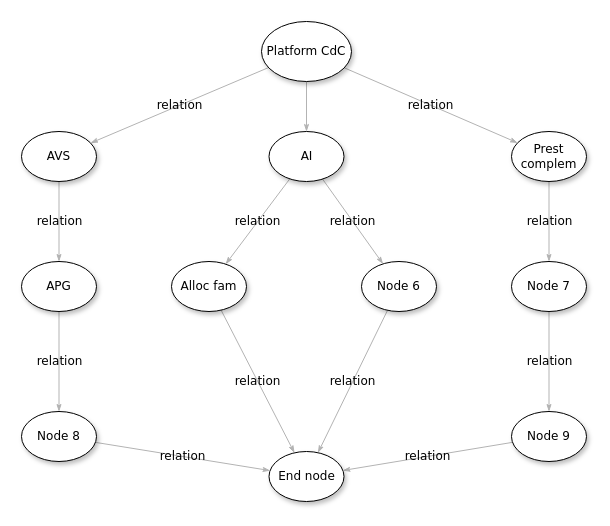
Before: page "LandscapeAssurances" (1 of 2) of CdC-context.drawio in Helena-Zuk/github-slideshow, a draw.io diagram. Source tidied: cells renumbered, new cells numbered last; positions are measured from the earlier drawing's top-left corner, leaving out a move shared by most shapes. Both pictures are drawn from the tidied source at 100%, with x=0, y=0 at pixel (21, 21).
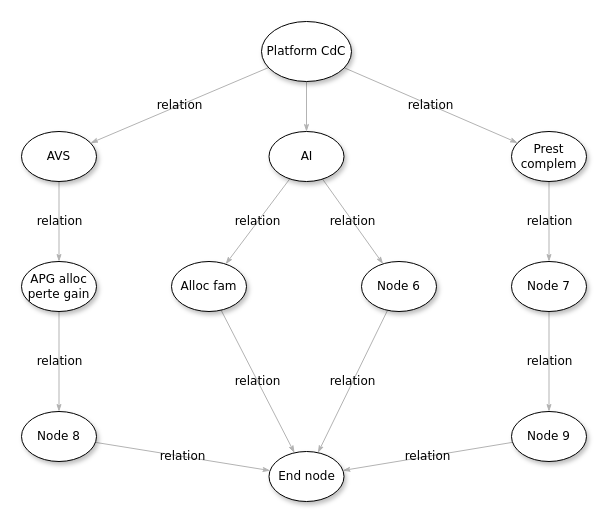
The same page after the edit.

The edit, as a diff of the source:
```diff
@@
-    <mxCell id="23" value="&lt;span&gt;APG&lt;/span&gt;" style="ellipse;whiteSpace=wrap;html=1;rounded=0;shadow=1;comic=0;labelBackgroundColor=none;strokeWidth=1;fontFamily=Verdana;fontSize=12;align=center;" parent="1" vertex="1">
+    <mxCell id="23" value="&lt;span&gt;APG alloc perte gain&lt;/span&gt;" style="ellipse;whiteSpace=wrap;html=1;rounded=0;shadow=1;comic=0;labelBackgroundColor=none;strokeWidth=1;fontFamily=Verdana;fontSize=12;align=center;" parent="1" vertex="1">
       <mxGeometry y="240" width="75" height="50" as="geometry" />
     </mxCell>
```
